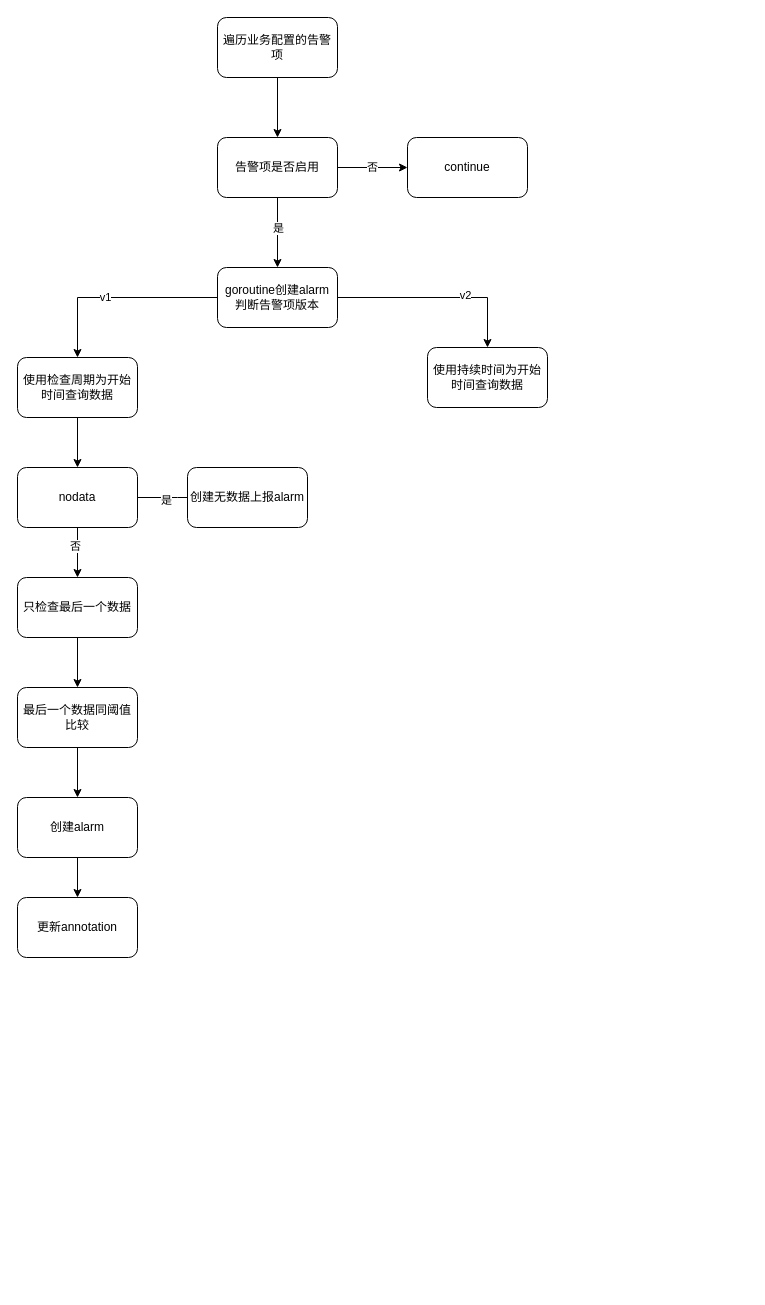
Earlier version of the draw.io diagram alarm流程.drawio (wupei-w/diagrams). Source tidied: cells renumbered, new cells numbered last; positions are measured from the earlier drawing's top-left corner, leaving out a move shared by most shapes. Both pictures are drawn from the tidied source at 100%, with x=0, y=0 at pixel (17, 17).
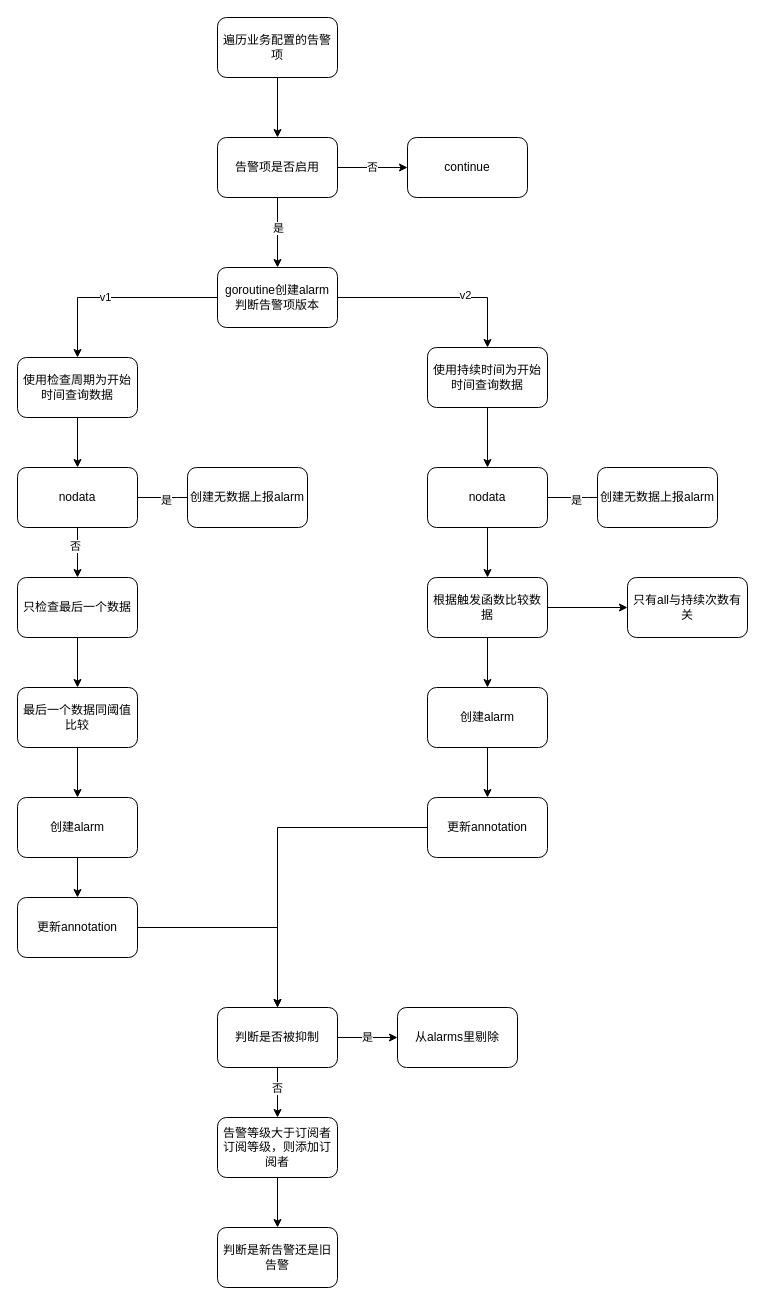
Above is the later version.

Unchanged cells that the change refers to:
```xml
<mxCell id="13" value="使用持续时间为开始时间查询数据" style="rounded=1;whiteSpace=wrap;html=1;" parent="1" vertex="1">
  <mxGeometry x="410" y="330" width="120" height="60" as="geometry" />
</mxCell>
<mxCell id="29" value="更新annotation" style="whiteSpace=wrap;html=1;rounded=1;" parent="1" vertex="1">
  <mxGeometry y="880" width="120" height="60" as="geometry" />
</mxCell>
```

Change to the diagram source:
```diff
@@
+    <mxCell id="30" style="edgeStyle=orthogonalEdgeStyle;rounded=0;jettySize=auto;html=1;" parent="1" edge="1" source="13" target="35">
+      <mxGeometry relative="1" as="geometry" />
+    </mxCell>
@@
+    <mxCell id="31" style="edgeStyle=orthogonalEdgeStyle;rounded=0;jettySize=auto;html=1;entryX=0.5;entryY=0;entryDx=0;entryDy=0;" parent="1" edge="1" source="29" target="48">
+      <mxGeometry relative="1" as="geometry" />
+    </mxCell>
@@
+    <mxCell id="32" style="edgeStyle=orthogonalEdgeStyle;rounded=0;jettySize=auto;html=1;" parent="1" edge="1" source="35">
+      <mxGeometry relative="1" as="geometry">
+        <mxPoint x="610" y="480" as="targetPoint" />
+      </mxGeometry>
+    </mxCell>
+    <mxCell id="33" value="是" style="edgeLabel;html=1;align=center;verticalAlign=middle;" parent="32" vertex="1">
+      <mxGeometry x="-0.31" y="-2" relative="1" as="geometry" />
+    </mxCell>
+    <mxCell id="34" style="edgeStyle=orthogonalEdgeStyle;rounded=0;jettySize=auto;html=1;" parent="1" edge="1" source="35" target="39">
+      <mxGeometry relative="1" as="geometry" />
+    </mxCell>
+    <mxCell id="35" value="nodata" style="whiteSpace=wrap;html=1;rounded=1;" parent="1" vertex="1">
+      <mxGeometry x="410" y="450" width="120" height="60" as="geometry" />
+    </mxCell>
+    <mxCell id="36" value="创建无数据上报alarm" style="whiteSpace=wrap;html=1;rounded=1;" parent="1" vertex="1">
+      <mxGeometry x="580" y="450" width="120" height="60" as="geometry" />
+    </mxCell>
+    <mxCell id="37" style="edgeStyle=orthogonalEdgeStyle;rounded=0;jettySize=auto;html=1;" parent="1" edge="1" source="39" target="40">
+      <mxGeometry relative="1" as="geometry" />
+    </mxCell>
+    <mxCell id="38" style="edgeStyle=orthogonalEdgeStyle;rounded=0;jettySize=auto;html=1;" parent="1" edge="1" source="39" target="42">
+      <mxGeometry relative="1" as="geometry" />
+    </mxCell>
+    <mxCell id="39" value="根据触发函数比较数据" style="whiteSpace=wrap;html=1;rounded=1;" parent="1" vertex="1">
+      <mxGeometry x="410" y="560" width="120" height="60" as="geometry" />
+    </mxCell>
+    <mxCell id="40" value="只有all与持续次数有关" style="whiteSpace=wrap;html=1;rounded=1;" parent="1" vertex="1">
+      <mxGeometry x="610" y="560" width="120" height="60" as="geometry" />
+    </mxCell>
+    <mxCell id="41" style="edgeStyle=orthogonalEdgeStyle;rounded=0;jettySize=auto;html=1;" parent="1" edge="1" source="42" target="44">
+      <mxGeometry relative="1" as="geometry" />
+    </mxCell>
+    <mxCell id="42" value="创建alarm" style="whiteSpace=wrap;html=1;rounded=1;" parent="1" vertex="1">
+      <mxGeometry x="410" y="670" width="120" height="60" as="geometry" />
+    </mxCell>
+    <mxCell id="43" style="edgeStyle=orthogonalEdgeStyle;rounded=0;jettySize=auto;html=1;entryX=0.5;entryY=0;entryDx=0;entryDy=0;" parent="1" edge="1" source="44" target="48">
+      <mxGeometry relative="1" as="geometry" />
+    </mxCell>
+    <mxCell id="44" value="更新annotation" style="whiteSpace=wrap;html=1;rounded=1;" parent="1" vertex="1">
+      <mxGeometry x="410" y="780" width="120" height="60" as="geometry" />
+    </mxCell>
+    <mxCell id="45" value="是" style="edgeStyle=orthogonalEdgeStyle;rounded=0;jettySize=auto;html=1;" parent="1" edge="1" source="48" target="51">
+      <mxGeometry relative="1" as="geometry" />
+    </mxCell>
+    <mxCell id="46" style="edgeStyle=orthogonalEdgeStyle;rounded=0;jettySize=auto;html=1;" parent="1" edge="1" source="48" target="50">
+      <mxGeometry relative="1" as="geometry" />
+    </mxCell>
+    <mxCell id="47" value="否" style="edgeLabel;html=1;align=center;verticalAlign=middle;" parent="46" vertex="1">
+      <mxGeometry x="-0.19" y="-1" relative="1" as="geometry" />
+    </mxCell>
+    <mxCell id="48" value="判断是否被抑制" style="rounded=1;whiteSpace=wrap;html=1;" parent="1" vertex="1">
+      <mxGeometry x="200" y="990" width="120" height="60" as="geometry" />
+    </mxCell>
+    <mxCell id="49" style="edgeStyle=orthogonalEdgeStyle;rounded=0;jettySize=auto;html=1;" parent="1" edge="1" source="50" target="52">
+      <mxGeometry relative="1" as="geometry" />
+    </mxCell>
+    <mxCell id="50" value="告警等级大于订阅者订阅等级，则添加订阅者" style="whiteSpace=wrap;html=1;rounded=1;" parent="1" vertex="1">
+      <mxGeometry x="200" y="1100" width="120" height="60" as="geometry" />
+    </mxCell>
+    <mxCell id="51" value="从alarms里剔除" style="whiteSpace=wrap;html=1;rounded=1;" parent="1" vertex="1">
+      <mxGeometry x="380" y="990" width="120" height="60" as="geometry" />
+    </mxCell>
+    <mxCell id="52" value="判断是新告警还是旧告警" style="whiteSpace=wrap;html=1;rounded=1;" parent="1" vertex="1">
+      <mxGeometry x="200" y="1210" width="120" height="60" as="geometry" />
+    </mxCell>
```
